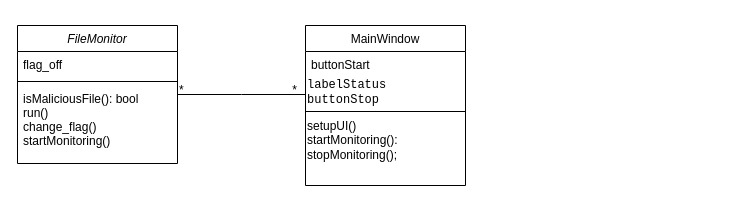
The draw.io diagram Project_Analysis/Class_Diagram/Class_Diagram.drawio in AynurVafin/Install_monitor, before the edit. Source tidied: cells renumbered, new cells numbered last; positions are measured from the earlier drawing's top-left corner, leaving out a move shared by most shapes. Both pictures are drawn from the tidied source at 100%, with x=0, y=0 at pixel (17, 25).
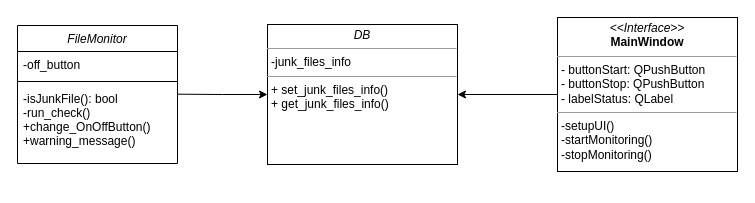
Above is the later version.

What changed in the source:
```diff
@@
 <mxGraphModel>
   <root>
     <mxCell id="0" />
     <mxCell id="1" parent="0" />
     <mxCell id="2" value="FileMonitor" style="swimlane;fontStyle=2;align=center;verticalAlign=top;horizontal=1;startSize=26;rounded=0;shadow=0;strokeWidth=1;" parent="1" vertex="1">
       <mxGeometry width="160" height="138" as="geometry" />
     </mxCell>
-    <mxCell id="3" value="flag_off" style="text;align=left;verticalAlign=top;spacingLeft=4;spacingRight=4;overflow=hidden;" parent="2" vertex="1">
+    <mxCell id="3" value="-off_button" style="text;align=left;verticalAlign=top;spacingLeft=4;spacingRight=4;overflow=hidden;" parent="2" vertex="1">
       <mxGeometry y="26" width="160" height="26" as="geometry" />
     </mxCell>
     <mxCell id="4" style="line;html=1;strokeWidth=1;align=left;verticalAlign=middle;spacingTop=-1;spacingLeft=3;spacingRight=3;labelPosition=right;" parent="2" vertex="1">
       <mxGeometry y="52" width="160" height="8" as="geometry" />
     </mxCell>
-    <mxCell id="5" value="isMaliciousFile(): bool&#10;run()&#10;change_flag()&#10;startMonitoring()" style="text;align=left;verticalAlign=top;spacingLeft=4;spacingRight=4;overflow=hidden;points=[[0,0.5],[1,0.5]];portConstraint=eastwest;" parent="2" vertex="1">
+    <mxCell id="5" value="-isJunkFile(): bool&#10;-run_check()&#10;+change_OnOffButton()&#10;+warning_message()" style="text;align=left;verticalAlign=top;spacingLeft=4;spacingRight=4;overflow=hidden;points=[[0,0.5],[1,0.5]];portConstraint=eastwest;" parent="2" vertex="1">
       <mxGeometry y="60" width="160" height="70" as="geometry" />
     </mxCell>
-    <mxCell id="6" value="MainWindow" style="swimlane;fontStyle=0;align=center;verticalAlign=top;horizontal=1;startSize=26;rounded=0;shadow=0;strokeWidth=1;fillColor=none;fontColor=#000000;" parent="1" vertex="1">
-      <mxGeometry x="288" width="160" height="160" as="geometry" />
-    </mxCell>
-    <mxCell id="7" value="buttonStart" style="text;align=left;verticalAlign=top;spacingLeft=4;spacingRight=4;overflow=hidden;rounded=0;shadow=0;html=0;" parent="6" vertex="1">
-      <mxGeometry y="26" width="160" height="26" as="geometry" />
-    </mxCell>
-    <mxCell id="8" value="&lt;div style=&quot;font-family: &amp;quot;JetBrains Mono&amp;quot;, monospace;&quot;&gt;&lt;div style=&quot;&quot;&gt;&lt;span style=&quot;background-color: rgb(255, 255, 255);&quot;&gt;labelStatus&lt;/span&gt;&lt;/div&gt;&lt;span style=&quot;background-color: rgb(255, 255, 255);&quot;&gt;buttonStop&lt;/span&gt;&lt;/div&gt;" style="text;html=1;strokeColor=none;fillColor=none;align=left;verticalAlign=middle;whiteSpace=wrap;rounded=0;" parent="6" vertex="1">
-      <mxGeometry y="52" width="160" height="30" as="geometry" />
-    </mxCell>
-    <mxCell id="9" style="line;html=1;strokeWidth=1;align=left;verticalAlign=middle;spacingTop=-1;spacingLeft=3;spacingRight=3;labelPosition=right;" parent="6" vertex="1">
-      <mxGeometry y="82" width="160" height="8" as="geometry" />
-    </mxCell>
-    <mxCell id="10" value="setupUI()&lt;br&gt;startMonitoring():&lt;br&gt;stopMonitoring();" style="text;html=1;strokeColor=none;fillColor=none;align=left;verticalAlign=middle;whiteSpace=wrap;rounded=0;" parent="6" vertex="1">
-      <mxGeometry y="90" width="160" height="50" as="geometry" />
-    </mxCell>
-    <mxCell id="11" style="endArrow=none;shadow=0;strokeWidth=1;rounded=0;endFill=0;edgeStyle=elbowEdgeStyle;elbow=vertical;" parent="1" edge="1" source="2" target="6">
-      <mxGeometry x="0.5" y="41" relative="1" as="geometry">
-        <mxPoint x="-40" y="32" as="offset" />
-      </mxGeometry>
-    </mxCell>
-    <mxCell id="12" value="*" style="align=left;verticalAlign=bottom;labelBackgroundColor=none;fontSize=12;" parent="11" vertex="1">
-      <mxGeometry x="-1" relative="1" as="geometry">
-        <mxPoint y="4" as="offset" />
-      </mxGeometry>
-    </mxCell>
-    <mxCell id="13" value="*" style="align=right;verticalAlign=bottom;labelBackgroundColor=none;fontSize=12;" parent="11" vertex="1">
-      <mxGeometry x="1" relative="1" as="geometry">
-        <mxPoint x="-7" y="4" as="offset" />
-      </mxGeometry>
-    </mxCell>
+    <mxCell id="14" value="&lt;p style=&quot;margin:0px;margin-top:4px;text-align:center;&quot;&gt;&lt;i&gt;DB&lt;/i&gt;&lt;/p&gt;&lt;hr size=&quot;1&quot;&gt;&lt;p style=&quot;margin:0px;margin-left:4px;&quot;&gt;-junk_files_info&lt;/p&gt;&lt;hr size=&quot;1&quot;&gt;&lt;p style=&quot;margin:0px;margin-left:4px;&quot;&gt;+ set_junk_files_info()&lt;br&gt;+ get_junk_files_info()&lt;/p&gt;" style="verticalAlign=top;align=left;overflow=fill;fontSize=12;fontFamily=Helvetica;html=1;whiteSpace=wrap;" parent="1" vertex="1">
+      <mxGeometry x="250" y="-1" width="190" height="140" as="geometry" />
+    </mxCell>
+    <mxCell id="15" style="edgeStyle=orthogonalEdgeStyle;rounded=0;jettySize=auto;html=1;exitX=0;exitY=0.5;exitDx=0;exitDy=0;entryX=1;entryY=0.5;entryDx=0;entryDy=0;" parent="1" edge="1" source="16" target="14">
+      <mxGeometry relative="1" as="geometry" />
+    </mxCell>
+    <mxCell id="16" value="&lt;p style=&quot;margin:0px;margin-top:4px;text-align:center;&quot;&gt;&lt;i&gt;&amp;lt;&amp;lt;Interface&amp;gt;&amp;gt;&lt;/i&gt;&lt;br&gt;&lt;b&gt;MainWindow&lt;/b&gt;&lt;/p&gt;&lt;hr size=&quot;1&quot;&gt;&lt;p style=&quot;margin:0px;margin-left:4px;&quot;&gt;-&amp;nbsp;buttonStart&lt;span style=&quot;background-color: initial;&quot;&gt;:&amp;nbsp;&lt;/span&gt;QPushButton&lt;/p&gt;&lt;p style=&quot;margin:0px;margin-left:4px;&quot;&gt;-&amp;nbsp;buttonStop:&amp;nbsp;QPushButton&lt;br&gt;&lt;/p&gt;&lt;p style=&quot;margin:0px;margin-left:4px;&quot;&gt;&lt;span style=&quot;background-color: initial;&quot;&gt;-&amp;nbsp;&lt;/span&gt;labelStatus:&amp;nbsp;QLabel&lt;/p&gt;&lt;hr size=&quot;1&quot;&gt;&lt;p style=&quot;margin:0px;margin-left:4px;&quot;&gt;-setupUI()&lt;br style=&quot;border-color: var(--border-color);&quot;&gt;-startMonitoring()&lt;br style=&quot;border-color: var(--border-color);&quot;&gt;-stopMonitoring()&lt;br&gt;&lt;/p&gt;" style="verticalAlign=top;align=left;overflow=fill;fontSize=12;fontFamily=Helvetica;html=1;whiteSpace=wrap;" parent="1" vertex="1">
+      <mxGeometry x="540" y="-8" width="180" height="154" as="geometry" />
+    </mxCell>
+    <mxCell id="17" style="edgeStyle=orthogonalEdgeStyle;rounded=0;jettySize=auto;html=1;exitX=0;exitY=0.5;exitDx=0;exitDy=0;entryX=1;entryY=0.124;entryDx=0;entryDy=0;entryPerimeter=0;startArrow=classic;startFill=1;endArrow=none;endFill=0;" parent="1" edge="1" source="14" target="5">
+      <mxGeometry relative="1" as="geometry" />
+    </mxCell>
   </root>
 </mxGraphModel>
```
